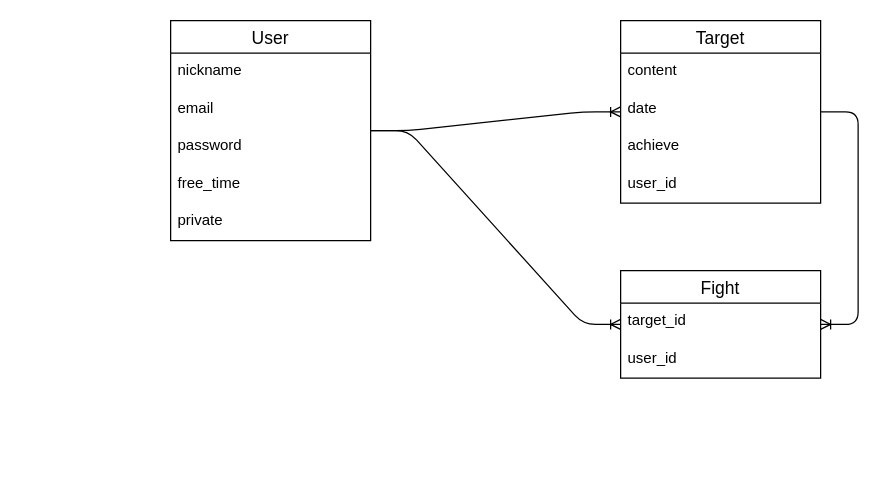
Above: mlg.dio in akiramenowaruiotoko/my-life-game (draw.io), before the change. Source tidied: cells renumbered, new cells numbered last; positions are measured from the earlier drawing's top-left corner, leaving out a move shared by most shapes. Both pictures are drawn from the tidied source at 125%, with x=0, y=0 at pixel (170, 20).
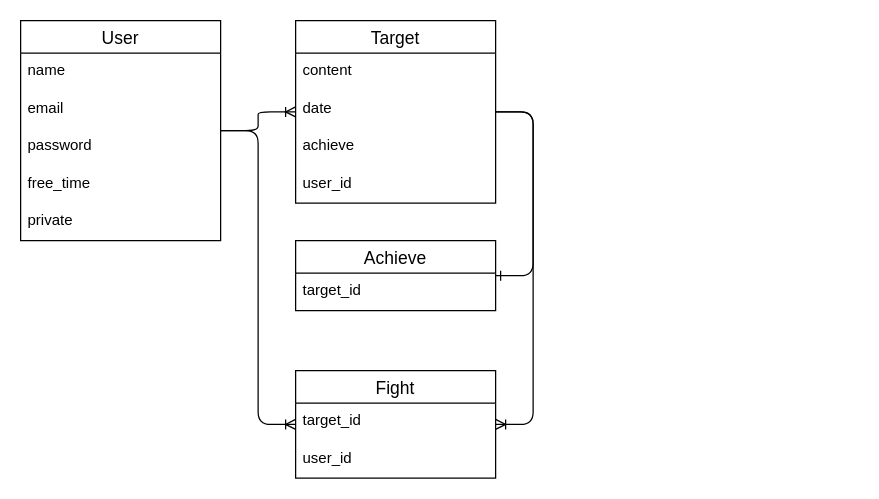
The same diagram, later.

What changed in the source:
```diff
@@
+    <mxCell id="9" style="edgeStyle=entityRelationEdgeStyle;fontSize=12;html=1;endArrow=ERoneToMany;" parent="1" edge="1" source="13" target="10">
+      <mxGeometry relative="1" as="geometry" />
+    </mxCell>
     <mxCell id="4" value="Target" style="swimlane;fontStyle=0;horizontal=1;startSize=26;align=center;fontSize=14;" parent="1" vertex="1">
-      <mxGeometry x="360" width="160" height="146" as="geometry" />
+      <mxGeometry x="100" width="160" height="146" as="geometry" />
     </mxCell>
@@
-    <mxCell id="9" style="edgeStyle=entityRelationEdgeStyle;fontSize=12;html=1;endArrow=ERoneToMany;" parent="1" edge="1" source="13" target="10">
-      <mxGeometry relative="1" as="geometry" />
-    </mxCell>
+    <mxCell id="19" value="Achieve" style="swimlane;fontStyle=0;horizontal=1;startSize=26;align=center;fontSize=14;" parent="1" vertex="1">
+      <mxGeometry x="100" y="176" width="160" height="56" as="geometry" />
+    </mxCell>
+    <mxCell id="20" value="target_id" style="text;strokeColor=none;fillColor=none;spacingLeft=4;spacingRight=4;overflow=hidden;fontSize=12;" parent="19" vertex="1">
+      <mxGeometry y="26" width="160" height="30" as="geometry" />
+    </mxCell>
     <mxCell id="10" value="Fight" style="swimlane;fontStyle=0;horizontal=1;startSize=26;align=center;fontSize=14;" parent="1" vertex="1">
-      <mxGeometry x="360" y="200" width="160" height="86" as="geometry" />
+      <mxGeometry x="100" y="280" width="160" height="86" as="geometry" />
     </mxCell>
@@
     <mxCell id="13" value="User" style="swimlane;fontStyle=0;horizontal=1;startSize=26;align=center;fontSize=14;" parent="1" vertex="1">
-      <mxGeometry width="160" height="176" as="geometry" />
+      <mxGeometry x="-120" width="160" height="176" as="geometry" />
     </mxCell>
-    <mxCell id="14" value="nickname" style="text;strokeColor=none;fillColor=none;spacingLeft=4;spacingRight=4;overflow=hidden;fontSize=12;" parent="13" vertex="1">
+    <mxCell id="14" value="name" style="text;strokeColor=none;fillColor=none;spacingLeft=4;spacingRight=4;overflow=hidden;fontSize=12;" parent="13" vertex="1">
       <mxGeometry y="26" width="160" height="30" as="geometry" />
     </mxCell>
@@
+    <mxCell id="21" style="edgeStyle=entityRelationEdgeStyle;fontSize=12;html=1;endArrow=ERone;endFill=1;" parent="1" edge="1" source="4" target="19">
+      <mxGeometry relative="1" as="geometry" />
+    </mxCell>
```
